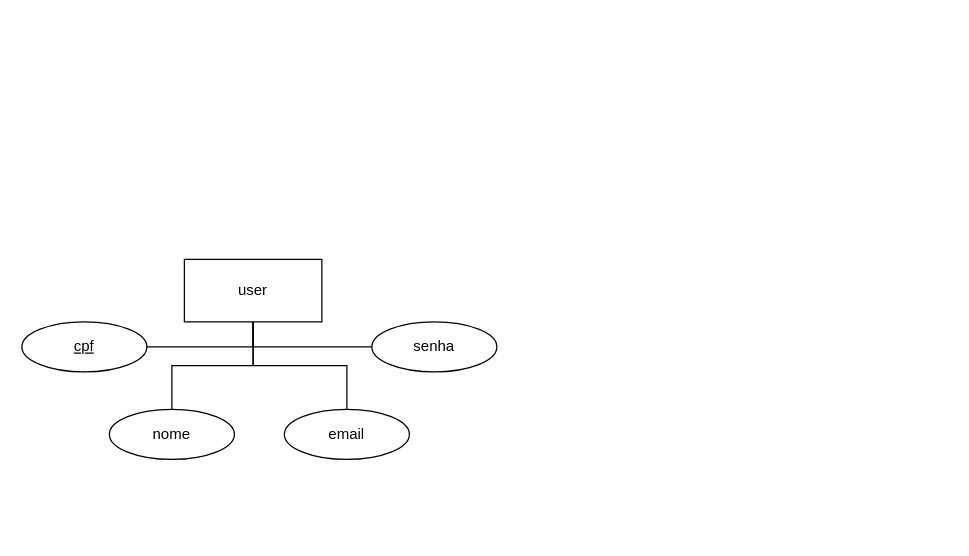
batista29/Footbet keeps this draw.io diagram as docs/casadeapostas.drawio. Above is the earlier version. Source tidied: cells renumbered, new cells numbered last; positions are measured from the earlier drawing's top-left corner, leaving out a move shared by most shapes. Both pictures are drawn from the tidied source at 125%, with x=0, y=0 at pixel (21, 259).
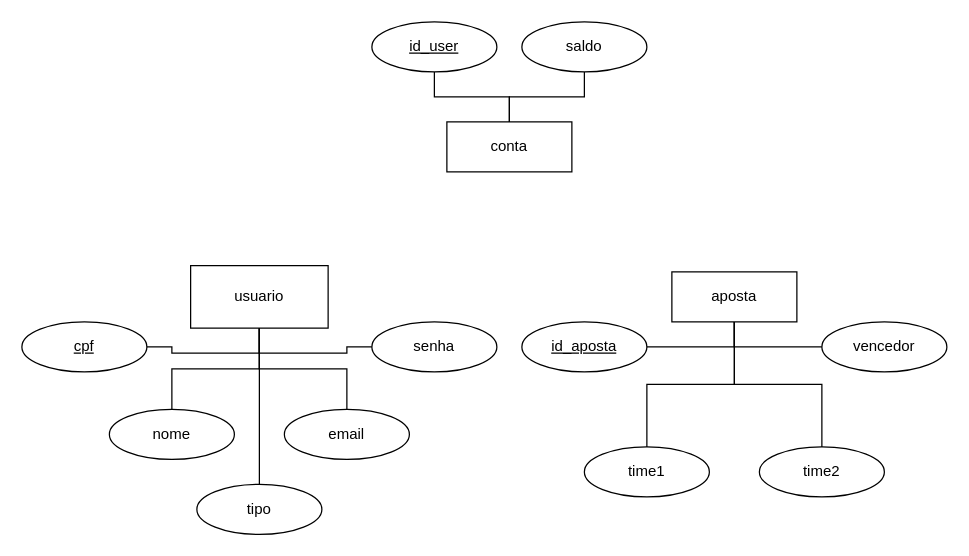
Above is the later version.

Change to the diagram source:
```diff
@@
-    <mxCell id="2" value="user" style="html=1;whiteSpace=wrap;" parent="1" vertex="1">
-      <mxGeometry x="130" width="110" height="50" as="geometry" />
+    <mxCell id="2" value="usuario" style="html=1;whiteSpace=wrap;" parent="1" vertex="1">
+      <mxGeometry x="135" y="5" width="110" height="50" as="geometry" />
     </mxCell>
@@
+    <mxCell id="11" value="aposta" style="whiteSpace=wrap;html=1;align=center;" parent="1" vertex="1">
+      <mxGeometry x="520" y="10" width="100" height="40" as="geometry" />
+    </mxCell>
+    <mxCell id="12" style="edgeStyle=orthogonalEdgeStyle;rounded=0;jettySize=auto;html=1;entryX=0.5;entryY=1;entryDx=0;entryDy=0;endArrow=none;endFill=0;" parent="1" edge="1" source="13" target="11">
+      <mxGeometry relative="1" as="geometry" />
+    </mxCell>
+    <mxCell id="13" value="time1" style="ellipse;whiteSpace=wrap;html=1;align=center;" parent="1" vertex="1">
+      <mxGeometry x="450" y="150" width="100" height="40" as="geometry" />
+    </mxCell>
+    <mxCell id="14" style="edgeStyle=orthogonalEdgeStyle;rounded=0;jettySize=auto;html=1;entryX=0.5;entryY=1;entryDx=0;entryDy=0;endArrow=none;endFill=0;" parent="1" edge="1" source="15" target="11">
+      <mxGeometry relative="1" as="geometry" />
+    </mxCell>
+    <mxCell id="15" value="time2" style="ellipse;whiteSpace=wrap;html=1;align=center;" parent="1" vertex="1">
+      <mxGeometry x="590" y="150" width="100" height="40" as="geometry" />
+    </mxCell>
+    <mxCell id="16" style="edgeStyle=orthogonalEdgeStyle;rounded=0;jettySize=auto;html=1;entryX=0.5;entryY=1;entryDx=0;entryDy=0;endArrow=none;endFill=0;" parent="1" edge="1" source="17" target="11">
+      <mxGeometry relative="1" as="geometry" />
+    </mxCell>
+    <mxCell id="17" value="id_aposta" style="ellipse;whiteSpace=wrap;html=1;align=center;fontStyle=4;" parent="1" vertex="1">
+      <mxGeometry x="400" y="50" width="100" height="40" as="geometry" />
+    </mxCell>
+    <mxCell id="18" style="edgeStyle=orthogonalEdgeStyle;rounded=0;jettySize=auto;html=1;entryX=0.5;entryY=1;entryDx=0;entryDy=0;endArrow=none;endFill=0;" parent="1" edge="1" source="19" target="11">
+      <mxGeometry relative="1" as="geometry" />
+    </mxCell>
+    <mxCell id="19" value="vencedor" style="ellipse;whiteSpace=wrap;html=1;align=center;" parent="1" vertex="1">
+      <mxGeometry x="640" y="50" width="100" height="40" as="geometry" />
+    </mxCell>
+    <mxCell id="20" style="edgeStyle=orthogonalEdgeStyle;rounded=0;jettySize=auto;html=1;entryX=0.5;entryY=1;entryDx=0;entryDy=0;endArrow=none;endFill=0;" parent="1" edge="1" source="21" target="2">
+      <mxGeometry relative="1" as="geometry" />
+    </mxCell>
+    <mxCell id="21" value="tipo" style="ellipse;whiteSpace=wrap;html=1;align=center;" parent="1" vertex="1">
+      <mxGeometry x="140" y="180" width="100" height="40" as="geometry" />
+    </mxCell>
+    <mxCell id="22" value="conta" style="whiteSpace=wrap;html=1;align=center;" parent="1" vertex="1">
+      <mxGeometry x="340" y="-110" width="100" height="40" as="geometry" />
+    </mxCell>
+    <mxCell id="23" style="edgeStyle=orthogonalEdgeStyle;rounded=0;jettySize=auto;html=1;entryX=0.5;entryY=0;entryDx=0;entryDy=0;endArrow=none;endFill=0;" parent="1" edge="1" source="24" target="22">
+      <mxGeometry relative="1" as="geometry" />
+    </mxCell>
+    <mxCell id="24" value="saldo" style="ellipse;whiteSpace=wrap;html=1;align=center;" parent="1" vertex="1">
+      <mxGeometry x="400" y="-190" width="100" height="40" as="geometry" />
+    </mxCell>
+    <mxCell id="25" style="edgeStyle=orthogonalEdgeStyle;rounded=0;jettySize=auto;html=1;entryX=0.5;entryY=0;entryDx=0;entryDy=0;endArrow=none;endFill=0;" parent="1" edge="1" source="26" target="22">
+      <mxGeometry relative="1" as="geometry" />
+    </mxCell>
+    <mxCell id="26" value="id_user" style="ellipse;whiteSpace=wrap;html=1;align=center;fontStyle=4;" parent="1" vertex="1">
+      <mxGeometry x="280" y="-190" width="100" height="40" as="geometry" />
+    </mxCell>
```
